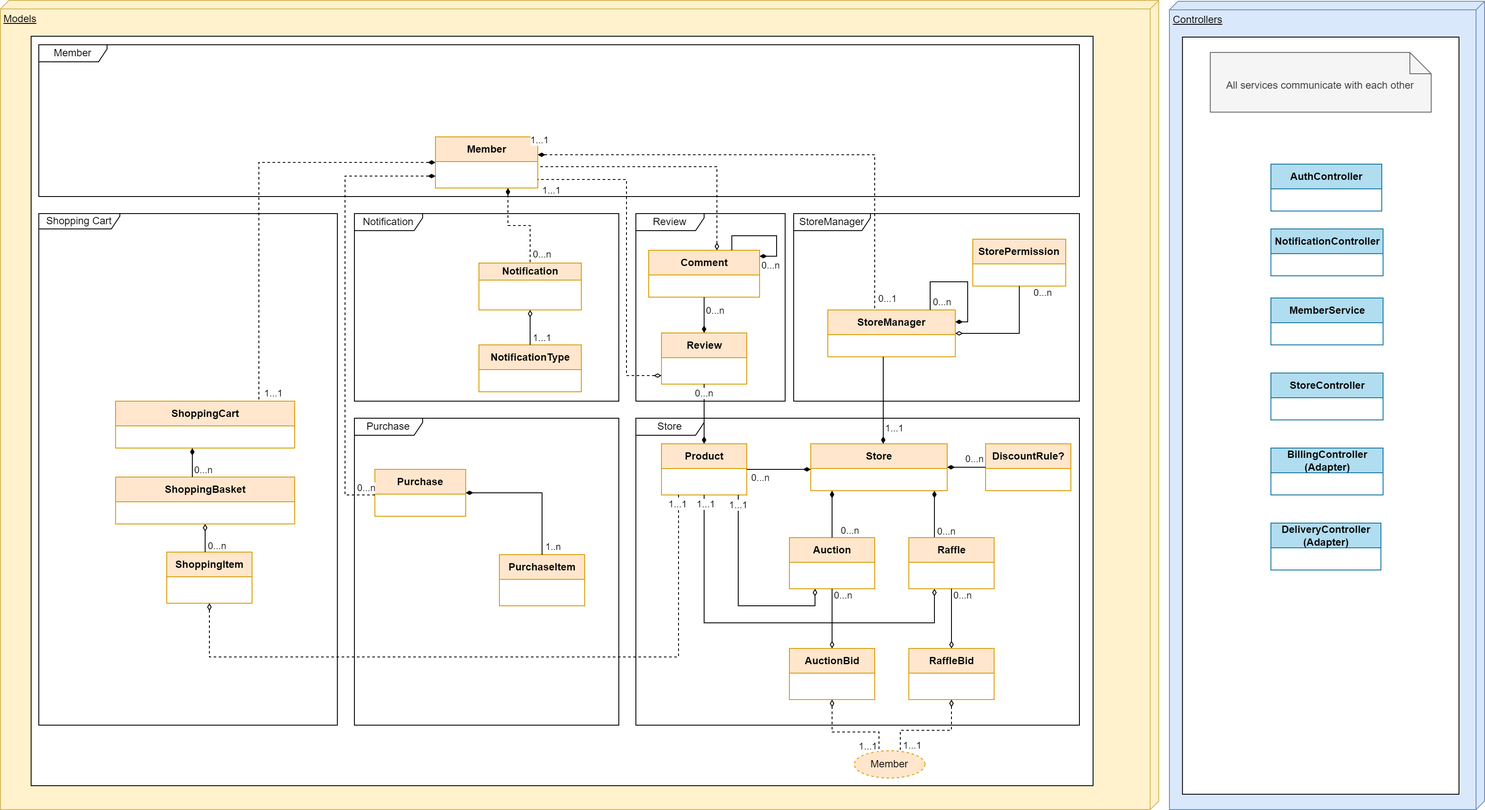
AlekseiTovkachev/shukersal-deal keeps this draw.io diagram as docs/Diagrams/ClassDiagram_FIXED.png. Above is the earlier version. Source tidied: cells renumbered, new cells last; positions are measured from the earlier drawing's top-left corner, leaving out a move shared by most shapes.
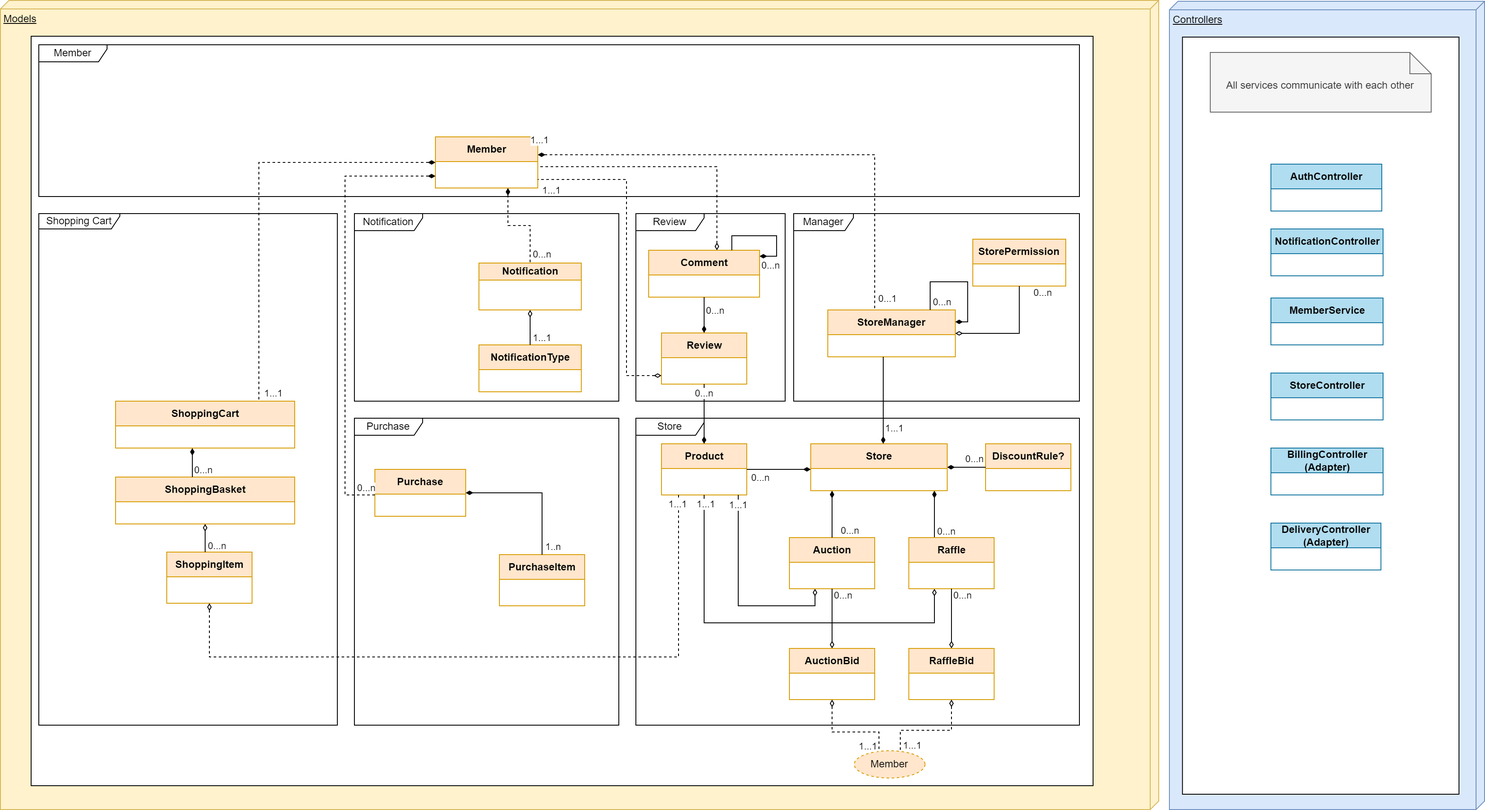
After the commit.

Commit message:
Fixed class diagram

The edit, as a diff of the source:
```diff
@@ -67,7 +67,7 @@
         <mxPoint x="13" y="-13" as="offset" />
       </mxGeometry>
     </mxCell>
-    <mxCell id="18" value="StoreManager" style="shape=umlFrame;whiteSpace=wrap;html=1;width=90;height=20;" parent="3" vertex="1">
+    <mxCell id="18" value="Manager" style="shape=umlFrame;whiteSpace=wrap;html=1;width=70;height=20;" parent="3" vertex="1">
       <mxGeometry x="930" y="250" width="335" height="220" as="geometry" />
     </mxCell>
     <mxCell id="19" value="StoreManager" style="swimlane;fontStyle=1;align=center;verticalAlign=middle;horizontal=1;startSize=29;html=1;whiteSpace=wrap;fillColor=#ffe6cc;strokeColor=#d79b00;" parent="3" vertex="1">
```
